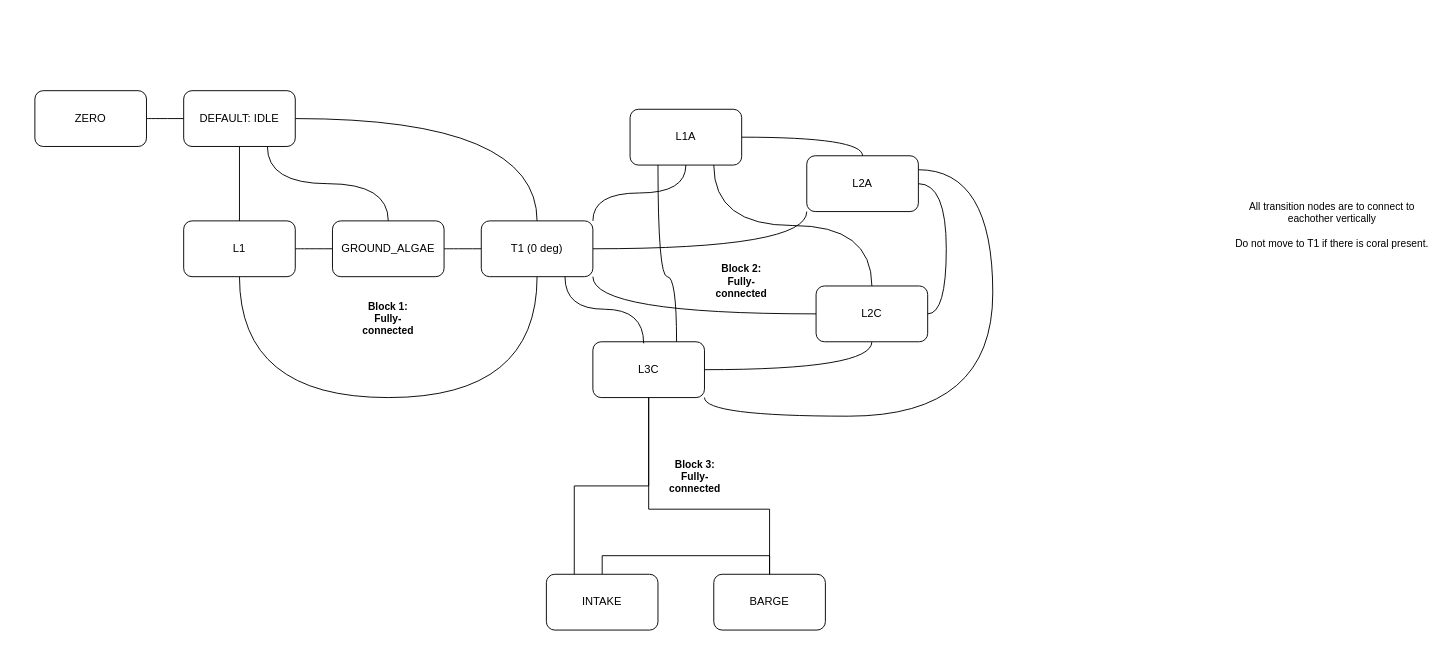
The draw.io diagram ElevatorFSM.drawio in FRCCriticalCircuits/2025-CriticalCircuits-Public, before the edit. Source tidied: cells renumbered, new cells numbered last; positions are measured from the earlier drawing's top-left corner, leaving out a move shared by most shapes. Both pictures are drawn from the tidied source at 93%, with x=0, y=0 at pixel (34, 90).
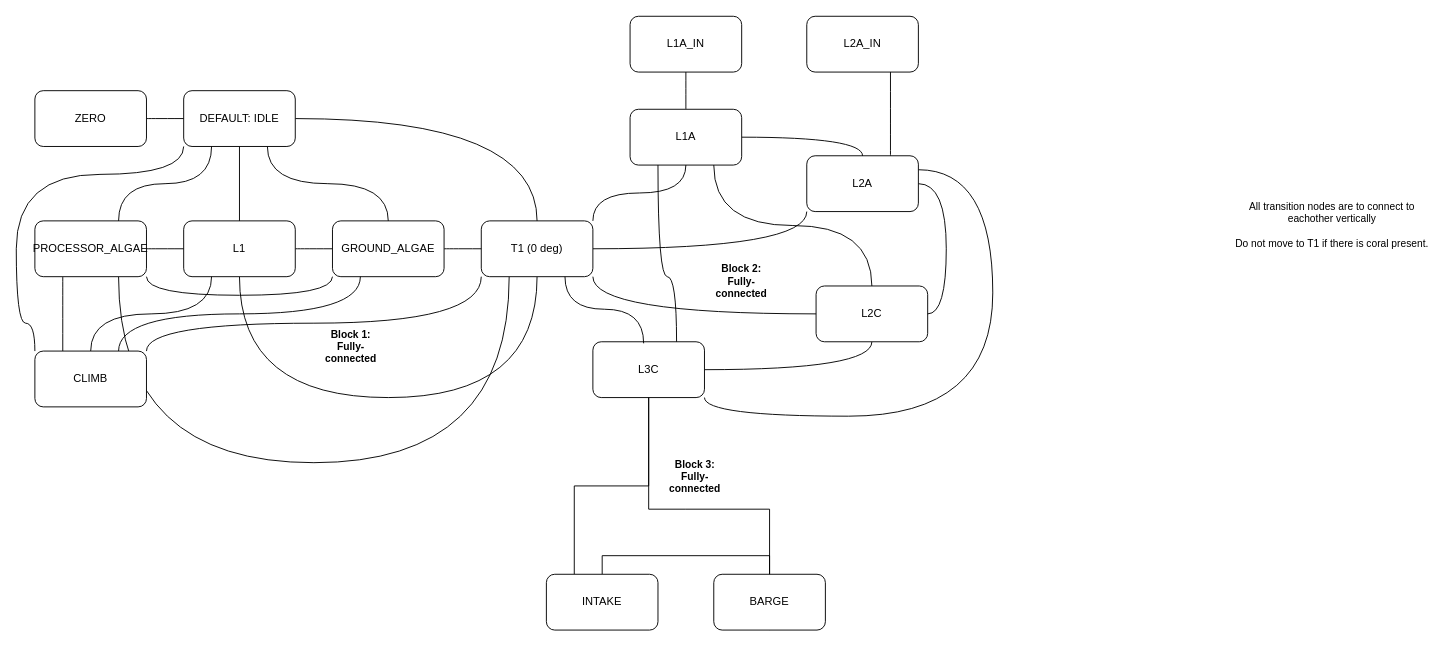
Above is the later version.

Unchanged cells that the change refers to:
```xml
<mxCell id="5" value="DEFAULT: IDLE" style="rounded=1;whiteSpace=wrap;html=1;" parent="1" vertex="1">
  <mxGeometry x="160" width="120" height="60" as="geometry" />
</mxCell>
<mxCell id="12" value="L1" style="rounded=1;whiteSpace=wrap;html=1;" parent="1" vertex="1">
  <mxGeometry x="160" y="140" width="120" height="60" as="geometry" />
</mxCell>
<mxCell id="16" value="T1 (0 deg)" style="rounded=1;whiteSpace=wrap;html=1;" parent="1" vertex="1">
  <mxGeometry x="480" y="140" width="120" height="60" as="geometry" />
</mxCell>
<mxCell id="22" value="L2A" style="rounded=1;whiteSpace=wrap;html=1;" parent="1" vertex="1">
  <mxGeometry x="830" y="70" width="120" height="60" as="geometry" />
</mxCell>
<mxCell id="24" value="GROUND_ALGAE" style="rounded=1;whiteSpace=wrap;html=1;" parent="1" vertex="1">
  <mxGeometry x="320" y="140" width="120" height="60" as="geometry" />
</mxCell>
<mxCell id="32" value="L1A" style="rounded=1;whiteSpace=wrap;html=1;" parent="1" vertex="1">
  <mxGeometry x="640" y="20" width="120" height="60" as="geometry" />
</mxCell>
```

What changed in the source:
```diff
@@
+    <mxCell id="37" style="edgeStyle=orthogonalEdgeStyle;shape=connector;curved=1;rounded=0;jettySize=auto;html=1;exitX=0.25;exitY=1;exitDx=0;exitDy=0;entryX=0.75;entryY=1;entryDx=0;entryDy=0;strokeColor=default;align=center;verticalAlign=middle;fontFamily=Helvetica;fontSize=11;fontColor=default;labelBackgroundColor=default;startFill=0;endArrow=none;" parent="1" edge="1" source="16" target="44">
+      <mxGeometry relative="1" as="geometry">
+        <Array as="points">
+          <mxPoint x="510" y="400" />
+          <mxPoint x="90" y="400" />
+        </Array>
+      </mxGeometry>
+    </mxCell>
@@
+    <mxCell id="38" style="edgeStyle=orthogonalEdgeStyle;shape=connector;curved=1;rounded=0;jettySize=auto;html=1;exitX=0.75;exitY=0;exitDx=0;exitDy=0;entryX=0.75;entryY=1;entryDx=0;entryDy=0;strokeColor=default;align=center;verticalAlign=middle;fontFamily=Helvetica;fontSize=11;fontColor=default;labelBackgroundColor=default;startFill=0;endArrow=none;" parent="1" edge="1" source="22" target="46">
+      <mxGeometry relative="1" as="geometry" />
+    </mxCell>
@@
+    <mxCell id="39" style="edgeStyle=orthogonalEdgeStyle;shape=connector;curved=1;rounded=0;jettySize=auto;html=1;exitX=0.5;exitY=0;exitDx=0;exitDy=0;entryX=0.5;entryY=1;entryDx=0;entryDy=0;strokeColor=default;align=center;verticalAlign=middle;fontFamily=Helvetica;fontSize=11;fontColor=default;labelBackgroundColor=default;startFill=0;endArrow=none;" parent="1" edge="1" source="32" target="45">
+      <mxGeometry relative="1" as="geometry" />
+    </mxCell>
@@
     <mxCell id="36" value="&lt;b&gt;Block 1: Fully-connected&lt;/b&gt;" style="text;html=1;align=center;verticalAlign=middle;whiteSpace=wrap;rounded=0;fontFamily=Helvetica;fontSize=11;fontColor=default;labelBackgroundColor=default;" parent="1" vertex="1">
-      <mxGeometry x="350" y="230" width="60" height="30" as="geometry" />
+      <mxGeometry x="310" y="260" width="60" height="30" as="geometry" />
     </mxCell>
+    <mxCell id="40" style="edgeStyle=orthogonalEdgeStyle;shape=connector;curved=1;rounded=0;jettySize=auto;html=1;exitX=1;exitY=0.5;exitDx=0;exitDy=0;entryX=0;entryY=0.5;entryDx=0;entryDy=0;strokeColor=default;align=center;verticalAlign=middle;fontFamily=Helvetica;fontSize=11;fontColor=default;labelBackgroundColor=default;startFill=0;endArrow=none;" parent="1" edge="1" source="44" target="12">
+      <mxGeometry relative="1" as="geometry" />
+    </mxCell>
+    <mxCell id="41" style="edgeStyle=orthogonalEdgeStyle;shape=connector;curved=1;rounded=0;jettySize=auto;html=1;exitX=1;exitY=1;exitDx=0;exitDy=0;entryX=0;entryY=1;entryDx=0;entryDy=0;strokeColor=default;align=center;verticalAlign=middle;fontFamily=Helvetica;fontSize=11;fontColor=default;labelBackgroundColor=default;startFill=0;endArrow=none;" parent="1" edge="1" source="44" target="24">
+      <mxGeometry relative="1" as="geometry" />
+    </mxCell>
+    <mxCell id="42" style="edgeStyle=orthogonalEdgeStyle;shape=connector;curved=1;rounded=0;jettySize=auto;html=1;exitX=0.75;exitY=0;exitDx=0;exitDy=0;entryX=0.25;entryY=1;entryDx=0;entryDy=0;strokeColor=default;align=center;verticalAlign=middle;fontFamily=Helvetica;fontSize=11;fontColor=default;labelBackgroundColor=default;startFill=0;endArrow=none;" parent="1" edge="1" source="44" target="5">
+      <mxGeometry relative="1" as="geometry" />
+    </mxCell>
+    <mxCell id="43" style="edgeStyle=orthogonalEdgeStyle;shape=connector;curved=1;rounded=0;jettySize=auto;html=1;exitX=0.25;exitY=1;exitDx=0;exitDy=0;entryX=0.25;entryY=0;entryDx=0;entryDy=0;strokeColor=default;align=center;verticalAlign=middle;fontFamily=Helvetica;fontSize=11;fontColor=default;labelBackgroundColor=default;startFill=0;endArrow=none;" parent="1" edge="1" source="44" target="51">
+      <mxGeometry relative="1" as="geometry" />
+    </mxCell>
+    <mxCell id="44" value="PROCESSOR_ALGAE" style="rounded=1;whiteSpace=wrap;html=1;" parent="1" vertex="1">
+      <mxGeometry y="140" width="120" height="60" as="geometry" />
+    </mxCell>
+    <mxCell id="45" value="L1A_IN" style="rounded=1;whiteSpace=wrap;html=1;" parent="1" vertex="1">
+      <mxGeometry x="640" y="-80" width="120" height="60" as="geometry" />
+    </mxCell>
+    <mxCell id="46" value="L2A_IN" style="rounded=1;whiteSpace=wrap;html=1;" parent="1" vertex="1">
+      <mxGeometry x="830" y="-80" width="120" height="60" as="geometry" />
+    </mxCell>
+    <mxCell id="47" style="edgeStyle=orthogonalEdgeStyle;shape=connector;curved=1;rounded=0;jettySize=auto;html=1;exitX=0.5;exitY=0;exitDx=0;exitDy=0;entryX=0.25;entryY=1;entryDx=0;entryDy=0;strokeColor=default;align=center;verticalAlign=middle;fontFamily=Helvetica;fontSize=11;fontColor=default;labelBackgroundColor=default;startFill=0;endArrow=none;" parent="1" edge="1" source="51" target="12">
+      <mxGeometry relative="1" as="geometry" />
+    </mxCell>
+    <mxCell id="48" style="edgeStyle=orthogonalEdgeStyle;shape=connector;curved=1;rounded=0;jettySize=auto;html=1;exitX=0.75;exitY=0;exitDx=0;exitDy=0;entryX=0.25;entryY=1;entryDx=0;entryDy=0;strokeColor=default;align=center;verticalAlign=middle;fontFamily=Helvetica;fontSize=11;fontColor=default;labelBackgroundColor=default;startFill=0;endArrow=none;" parent="1" edge="1" source="51" target="24">
+      <mxGeometry relative="1" as="geometry" />
+    </mxCell>
+    <mxCell id="49" style="edgeStyle=orthogonalEdgeStyle;shape=connector;curved=1;rounded=0;jettySize=auto;html=1;exitX=1;exitY=0;exitDx=0;exitDy=0;entryX=0;entryY=1;entryDx=0;entryDy=0;strokeColor=default;align=center;verticalAlign=middle;fontFamily=Helvetica;fontSize=11;fontColor=default;labelBackgroundColor=default;startFill=0;endArrow=none;" parent="1" edge="1" source="51" target="16">
+      <mxGeometry relative="1" as="geometry">
+        <Array as="points">
+          <mxPoint x="120" y="250" />
+          <mxPoint x="480" y="250" />
+        </Array>
+      </mxGeometry>
+    </mxCell>
+    <mxCell id="50" style="edgeStyle=orthogonalEdgeStyle;shape=connector;curved=1;rounded=0;jettySize=auto;html=1;exitX=0;exitY=0;exitDx=0;exitDy=0;entryX=0;entryY=1;entryDx=0;entryDy=0;strokeColor=default;align=center;verticalAlign=middle;fontFamily=Helvetica;fontSize=11;fontColor=default;labelBackgroundColor=default;startFill=0;endArrow=none;" parent="1" edge="1" source="51" target="5">
+      <mxGeometry relative="1" as="geometry">
+        <Array as="points">
+          <mxPoint y="250" />
+          <mxPoint x="-20" y="250" />
+          <mxPoint x="-20" y="90" />
+          <mxPoint x="160" y="90" />
+        </Array>
+      </mxGeometry>
+    </mxCell>
+    <mxCell id="51" value="CLIMB" style="rounded=1;whiteSpace=wrap;html=1;" parent="1" vertex="1">
+      <mxGeometry y="280" width="120" height="60" as="geometry" />
+    </mxCell>
```
